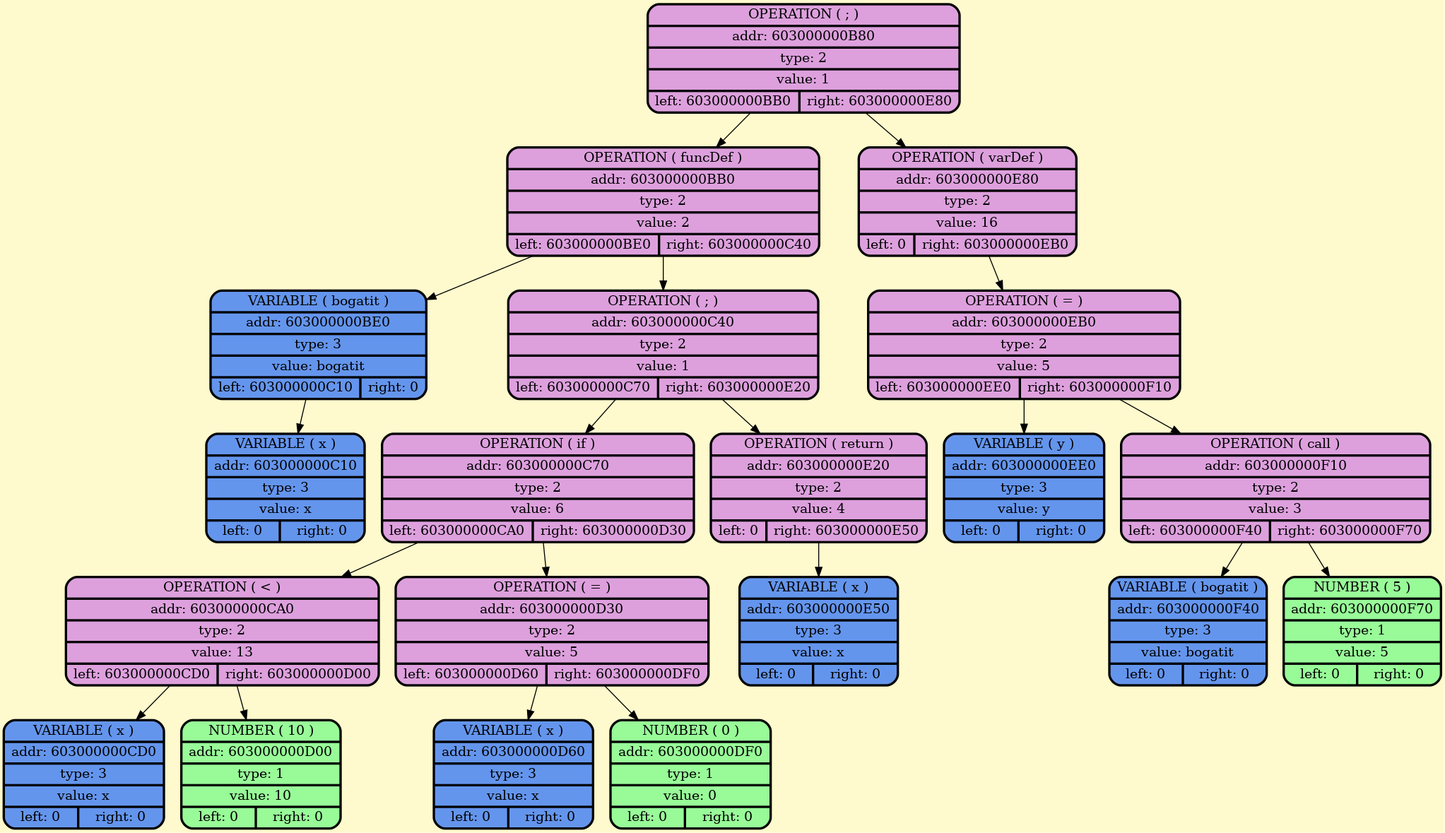
Above: frontend/graphDump/dumpGraph.png in BulgakovDmitry/myLanguage (Graphviz), before the change. Its source is kept beside it as frontend/graphDump/dumpGraph.gv.
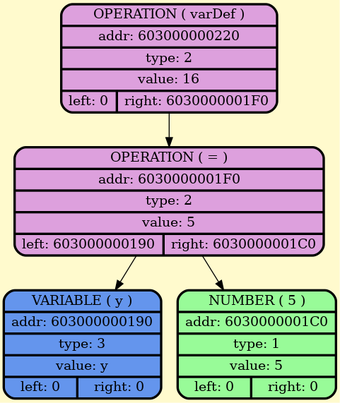
The same file after the commit.

The edit, as a diff of the source:
```diff
@@ -2,43 +2,11 @@
     node [style=filled, fontcolor=darkblue, fillcolor=peachpuff, color="#252A34", penwidth=2.5];
     bgcolor="lemonchiffon";
 
-node_0x603000000b80 [shape=Mrecord; style = filled; fillcolor=plum; color = "#000000"; fontcolor = "#000000";label=" {OPERATION ( ; ) | addr: 603000000B80 | type: 2 | value: 1 | {left: 603000000BB0 | right: 603000000E80}} "];
-node_0x603000000bb0 [shape=Mrecord; style = filled; fillcolor=plum; color = "#000000"; fontcolor = "#000000";label=" {OPERATION ( funcDef ) | addr: 603000000BB0 | type: 2 | value: 2 | {left: 603000000BE0 | right: 603000000C40}} "];
-    node_0x603000000be0 [shape=Mrecord; style = filled; fillcolor = cornflowerblue; color = "#000000"; fontcolor = "#000000";  label="  {VARIABLE ( bogatit )| addr: 603000000BE0 | type: 3| value: bogatit | {left: 603000000C10 | right: 0}} "];
-    node_0x603000000c10 [shape=Mrecord; style = filled; fillcolor = cornflowerblue; color = "#000000"; fontcolor = "#000000";  label="  {VARIABLE ( x )| addr: 603000000C10 | type: 3| value: x | {left: 0 | right: 0}} "];
-node_0x603000000c40 [shape=Mrecord; style = filled; fillcolor=plum; color = "#000000"; fontcolor = "#000000";label=" {OPERATION ( ; ) | addr: 603000000C40 | type: 2 | value: 1 | {left: 603000000C70 | right: 603000000E20}} "];
-node_0x603000000c70 [shape=Mrecord; style = filled; fillcolor=plum; color = "#000000"; fontcolor = "#000000";label=" {OPERATION ( if ) | addr: 603000000C70 | type: 2 | value: 6 | {left: 603000000CA0 | right: 603000000D30}} "];
-node_0x603000000ca0 [shape=Mrecord; style = filled; fillcolor=plum; color = "#000000"; fontcolor = "#000000";label=" {OPERATION ( \< ) | addr: 603000000CA0 | type: 2 | value: 13 | {left: 603000000CD0 | right: 603000000D00}} "];
-    node_0x603000000cd0 [shape=Mrecord; style = filled; fillcolor = cornflowerblue; color = "#000000"; fontcolor = "#000000";  label="  {VARIABLE ( x )| addr: 603000000CD0 | type: 3| value: x | {left: 0 | right: 0}} "];
-    node_0x603000000d00 [shape=Mrecord; style = filled; fillcolor = palegreen; color = "#000000"; fontcolor = "#000000";  label="  {NUMBER ( 10 )| addr: 603000000D00 | type: 1| value: 10 | {left: 0 | right: 0}} "];
-node_0x603000000d30 [shape=Mrecord; style = filled; fillcolor=plum; color = "#000000"; fontcolor = "#000000";label=" {OPERATION ( = ) | addr: 603000000D30 | type: 2 | value: 5 | {left: 603000000D60 | right: 603000000DF0}} "];
-    node_0x603000000d60 [shape=Mrecord; style = filled; fillcolor = cornflowerblue; color = "#000000"; fontcolor = "#000000";  label="  {VARIABLE ( x )| addr: 603000000D60 | type: 3| value: x | {left: 0 | right: 0}} "];
-    node_0x603000000df0 [shape=Mrecord; style = filled; fillcolor = palegreen; color = "#000000"; fontcolor = "#000000";  label="  {NUMBER ( 0 )| addr: 603000000DF0 | type: 1| value: 0 | {left: 0 | right: 0}} "];
-node_0x603000000e20 [shape=Mrecord; style = filled; fillcolor=plum; color = "#000000"; fontcolor = "#000000";label=" {OPERATION ( return ) | addr: 603000000E20 | type: 2 | value: 4 | {left: 0 | right: 603000000E50}} "];
-    node_0x603000000e50 [shape=Mrecord; style = filled; fillcolor = cornflowerblue; color = "#000000"; fontcolor = "#000000";  label="  {VARIABLE ( x )| addr: 603000000E50 | type: 3| value: x | {left: 0 | right: 0}} "];
-node_0x603000000e80 [shape=Mrecord; style = filled; fillcolor=plum; color = "#000000"; fontcolor = "#000000";label=" {OPERATION ( varDef ) | addr: 603000000E80 | type: 2 | value: 16 | {left: 0 | right: 603000000EB0}} "];
-node_0x603000000eb0 [shape=Mrecord; style = filled; fillcolor=plum; color = "#000000"; fontcolor = "#000000";label=" {OPERATION ( = ) | addr: 603000000EB0 | type: 2 | value: 5 | {left: 603000000EE0 | right: 603000000F10}} "];
-    node_0x603000000ee0 [shape=Mrecord; style = filled; fillcolor = cornflowerblue; color = "#000000"; fontcolor = "#000000";  label="  {VARIABLE ( y )| addr: 603000000EE0 | type: 3| value: y | {left: 0 | right: 0}} "];
-node_0x603000000f10 [shape=Mrecord; style = filled; fillcolor=plum; color = "#000000"; fontcolor = "#000000";label=" {OPERATION ( call ) | addr: 603000000F10 | type: 2 | value: 3 | {left: 603000000F40 | right: 603000000F70}} "];
-    node_0x603000000f40 [shape=Mrecord; style = filled; fillcolor = cornflowerblue; color = "#000000"; fontcolor = "#000000";  label="  {VARIABLE ( bogatit )| addr: 603000000F40 | type: 3| value: bogatit | {left: 0 | right: 0}} "];
-    node_0x603000000f70 [shape=Mrecord; style = filled; fillcolor = palegreen; color = "#000000"; fontcolor = "#000000";  label="  {NUMBER ( 5 )| addr: 603000000F70 | type: 1| value: 5 | {left: 0 | right: 0}} "];
-    node_0x603000000b80 -> node_0x603000000bb0;
-    node_0x603000000bb0 -> node_0x603000000be0;
-    node_0x603000000be0 -> node_0x603000000c10;
-    node_0x603000000bb0 -> node_0x603000000c40;
-    node_0x603000000c40 -> node_0x603000000c70;
-    node_0x603000000c70 -> node_0x603000000ca0;
-    node_0x603000000ca0 -> node_0x603000000cd0;
-    node_0x603000000ca0 -> node_0x603000000d00;
-    node_0x603000000c70 -> node_0x603000000d30;
-    node_0x603000000d30 -> node_0x603000000d60;
-    node_0x603000000d30 -> node_0x603000000df0;
-    node_0x603000000c40 -> node_0x603000000e20;
-    node_0x603000000e20 -> node_0x603000000e50;
-    node_0x603000000b80 -> node_0x603000000e80;
-    node_0x603000000e80 -> node_0x603000000eb0;
-    node_0x603000000eb0 -> node_0x603000000ee0;
-    node_0x603000000eb0 -> node_0x603000000f10;
-    node_0x603000000f10 -> node_0x603000000f40;
-    node_0x603000000f10 -> node_0x603000000f70;
+node_0x603000000220 [shape=Mrecord; style = filled; fillcolor=plum; color = "#000000"; fontcolor = "#000000";label=" {OPERATION ( varDef ) | addr: 603000000220 | type: 2 | value: 16 | {left: 0 | right: 6030000001F0}} "];
+node_0x6030000001f0 [shape=Mrecord; style = filled; fillcolor=plum; color = "#000000"; fontcolor = "#000000";label=" {OPERATION ( = ) | addr: 6030000001F0 | type: 2 | value: 5 | {left: 603000000190 | right: 6030000001C0}} "];
+    node_0x603000000190 [shape=Mrecord; style = filled; fillcolor = cornflowerblue; color = "#000000"; fontcolor = "#000000";  label="  {VARIABLE ( y )| addr: 603000000190 | type: 3| value: y | {left: 0 | right: 0}} "];
+    node_0x6030000001c0 [shape=Mrecord; style = filled; fillcolor = palegreen; color = "#000000"; fontcolor = "#000000";  label="  {NUMBER ( 5 )| addr: 6030000001C0 | type: 1| value: 5 | {left: 0 | right: 0}} "];
+    node_0x603000000220 -> node_0x6030000001f0;
+    node_0x6030000001f0 -> node_0x603000000190;
+    node_0x6030000001f0 -> node_0x6030000001c0;
 }
```
